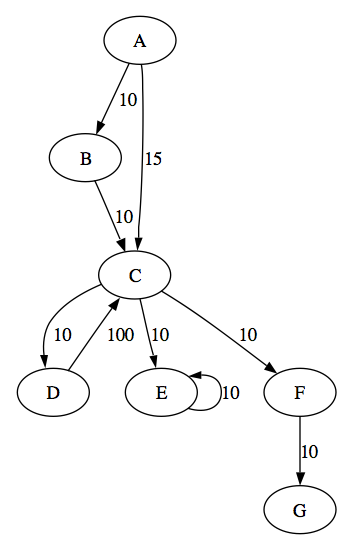
Above: etc/graphtest.png in dustin/spyjar (Graphviz), before the change. Its source is kept beside it as etc/graphtest.dot.
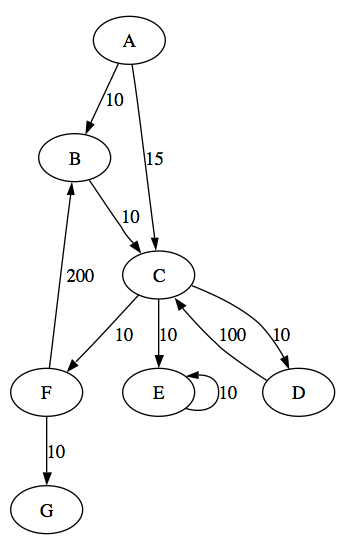
The same diagram one commit later.

Change to the diagram source:
```diff
@@ -8,6 +8,7 @@
 	"C" -> "E" [label="10"];
 	"C" -> "F" [label="10"];
 	"F" -> "G" [label="10"];
+	"F" -> "B" [label="200"];
 	"D" -> "C" [label="100"];
 	"E" -> "E" [label="10"];
 };
```
